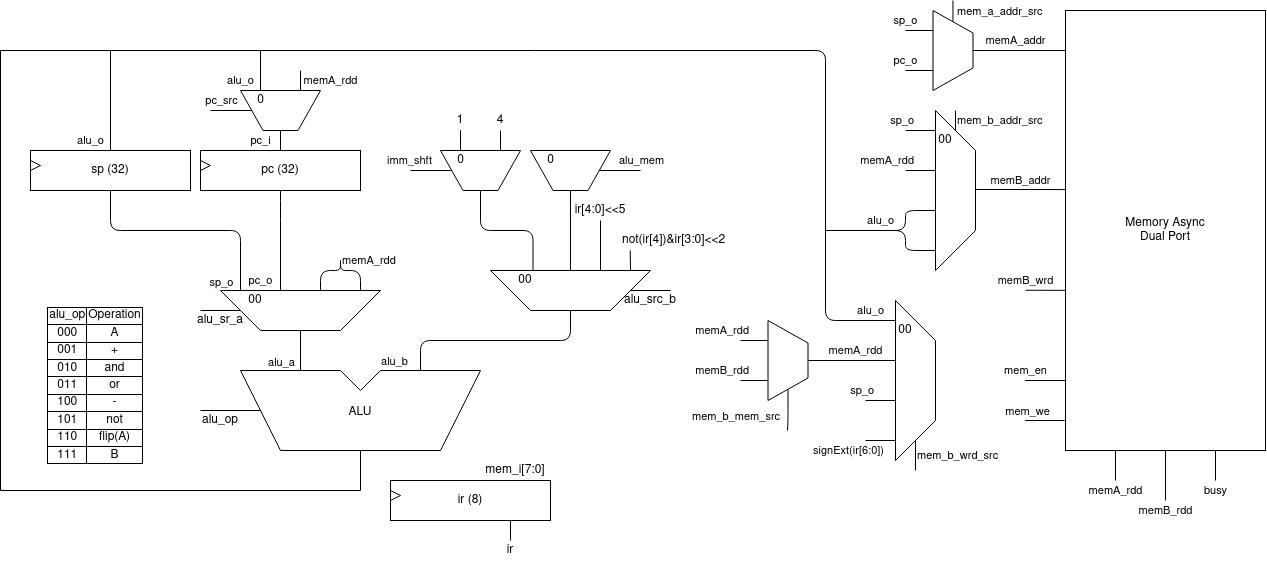
Above: trabalho_1/polistack_df.drawio.png in guissalustiano/monitoria-sd2 (draw.io), before the change. Source tidied: cells renumbered, new cells last; positions are measured from the earlier drawing's top-left corner, leaving out a move shared by most shapes.
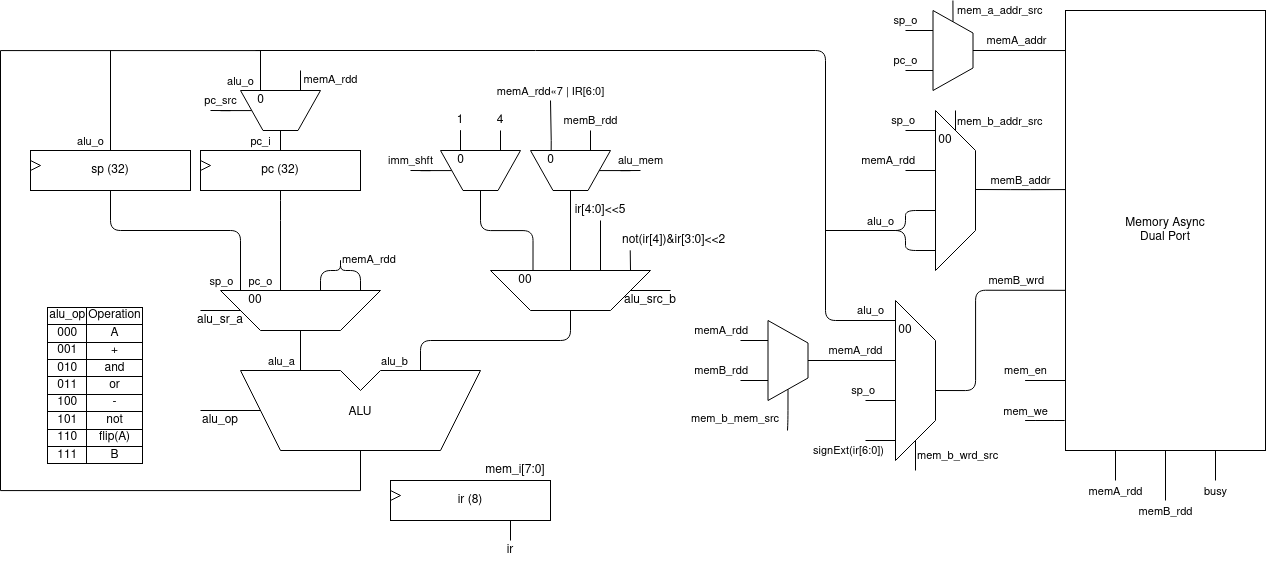
The same file after the commit.

Commit message:
fix alu_mem mux input signals

Change to the diagram source:
```diff
@@ -365,10 +365,13 @@
         <mxPoint x="975" y="189" as="targetPoint" />
       </mxGeometry>
     </mxCell>
-    <mxCell id="78" value="memB_wrd" style="edgeStyle=orthogonalEdgeStyle;rounded=1;jettySize=auto;html=1;exitX=-0.001;exitY=0.636;exitDx=0;exitDy=0;endArrow=none;endFill=0;exitPerimeter=0;" parent="1" edge="1" source="81">
-      <mxGeometry x="0.99" y="-10" relative="1" as="geometry">
-        <mxPoint x="1025" y="290" as="targetPoint" />
-        <mxPoint x="10" y="-10" as="offset" />
+    <mxCell id="78" value="memB_wrd" style="edgeStyle=orthogonalEdgeStyle;rounded=1;jettySize=auto;html=1;exitX=-0.001;exitY=0.636;exitDx=0;exitDy=0;endArrow=none;endFill=0;exitPerimeter=0;align=right;" parent="1" edge="1" source="81">
+      <mxGeometry x="-0.83" y="-10" relative="1" as="geometry">
+        <mxPoint x="935" y="390" as="targetPoint" />
+        <Array as="points">
+          <mxPoint x="975" y="290" />
+          <mxPoint x="975" y="390" />
+        </Array>
       </mxGeometry>
     </mxCell>
     <mxCell id="79" value="busy" style="edgeStyle=orthogonalEdgeStyle;rounded=1;jettySize=auto;html=1;exitX=0.75;exitY=1;exitDx=0;exitDy=0;endArrow=none;endFill=0;" parent="1" edge="1" source="81">
@@ -567,5 +570,21 @@
     <mxCell id="113" style="verticalLabelPosition=middle;verticalAlign=middle;html=1;shape=trapezoid;perimeter=trapezoidPerimeter;whiteSpace=wrap;size=0.28125;arcSize=10;flipV=1;labelPosition=center;align=center;rotation=-90;" parent="1" vertex="1">
       <mxGeometry x="747.5" y="340" width="80" height="40" as="geometry" />
     </mxCell>
+    <mxCell id="114" value="memA_rdd«7 | IR[6:0]" style="edgeStyle=orthogonalEdgeStyle;rounded=0;jettySize=auto;html=1;endArrow=none;endFill=0;exitX=0.533;exitY=-0.019;exitDx=0;exitDy=0;exitPerimeter=0;" parent="1" edge="1" source="66">
+      <mxGeometry x="1" y="10" relative="1" as="geometry">
+        <mxPoint x="550" y="100" as="targetPoint" />
+        <Array as="points">
+          <mxPoint x="551" y="140" />
+          <mxPoint x="550" y="140" />
+        </Array>
+        <mxPoint x="10" y="-10" as="offset" />
+      </mxGeometry>
+    </mxCell>
+    <mxCell id="115" value="memB_rdd" style="edgeStyle=orthogonalEdgeStyle;rounded=0;jettySize=auto;html=1;endArrow=none;endFill=0;exitX=0.75;exitY=0;exitDx=0;exitDy=0;" parent="1" edge="1" source="65">
+      <mxGeometry x="1" y="10" relative="1" as="geometry">
+        <mxPoint x="590" y="130" as="targetPoint" />
+        <mxPoint x="10" y="-10" as="offset" />
+      </mxGeometry>
+    </mxCell>
   </root>
 </mxGraphModel>
```
